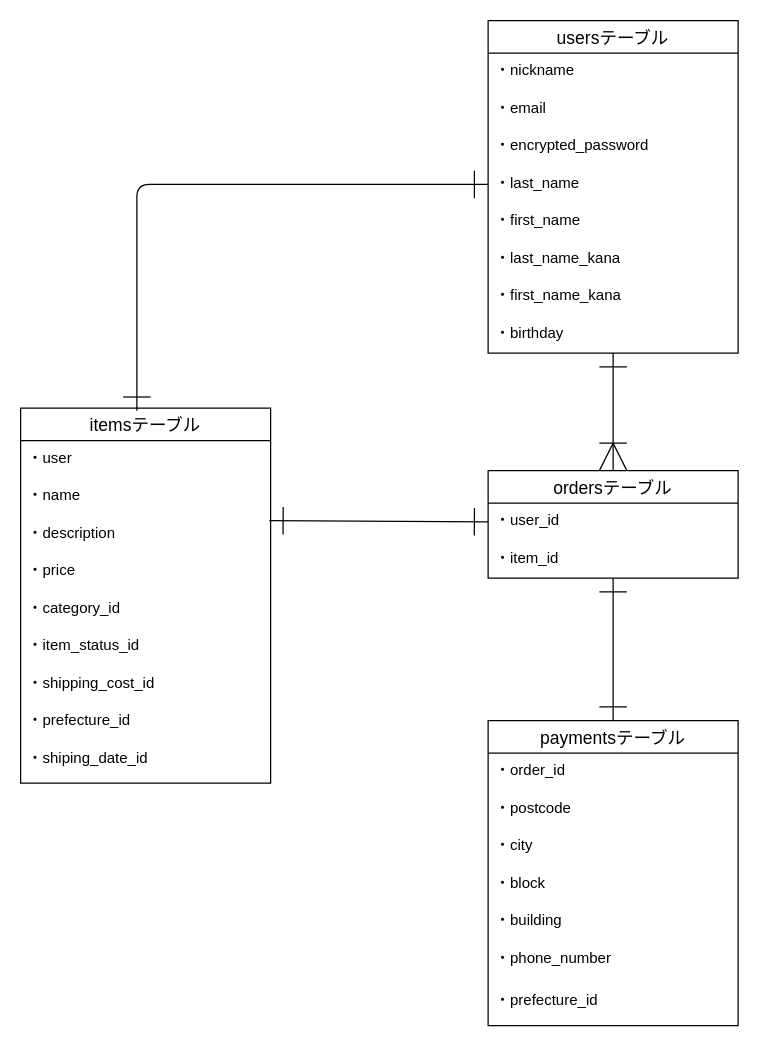
Before: app/test.dio in ichi-09ryo/furima-40609, a draw.io diagram. Source tidied: cells renumbered, new cells numbered last; positions are measured from the earlier drawing's top-left corner, leaving out a move shared by most shapes. Both pictures are drawn from the tidied source at 125%, with x=0, y=0 at pixel (20, 20).
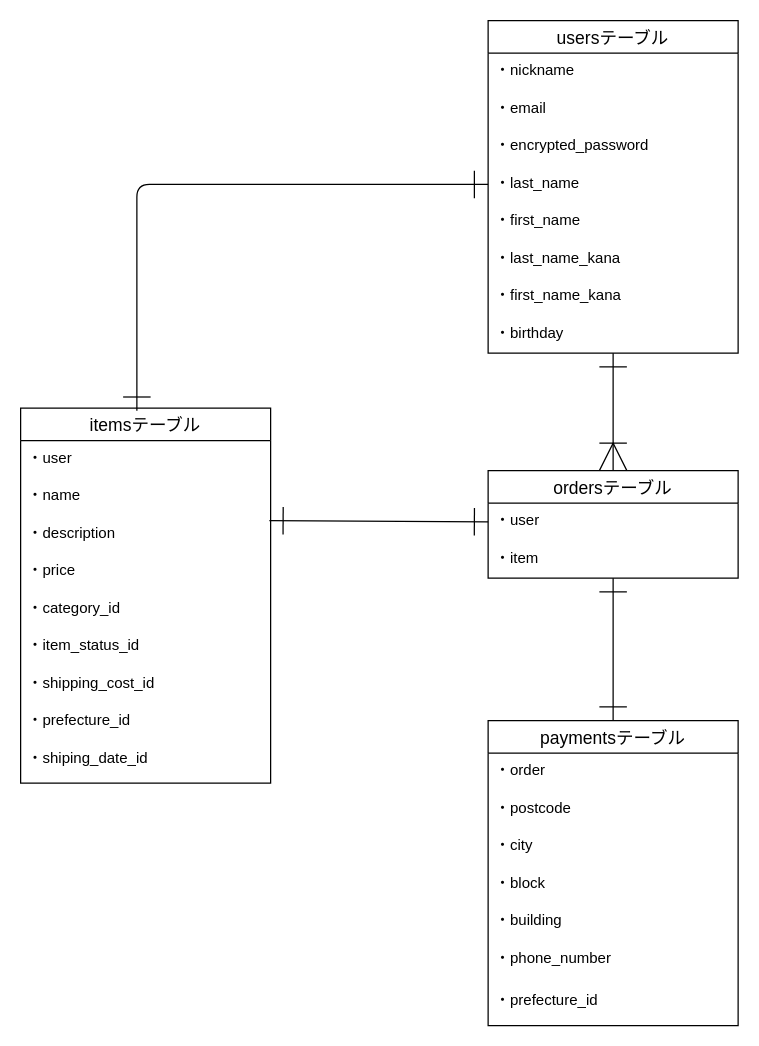
After the change.

Commit message (it also covers changes not shown here):
ER図、README修正２

The change refers to these unchanged cells:
```xml
<mxCell id="22" value="ordersテーブル" style="swimlane;fontStyle=0;horizontal=1;startSize=26;align=center;fontSize=14;" parent="1" vertex="1">
  <mxGeometry x="374" y="360" width="200" height="86" as="geometry" />
</mxCell>
<mxCell id="26" value="paymentsテーブル" style="swimlane;fontStyle=0;horizontal=1;startSize=26;align=center;fontSize=14;" parent="1" vertex="1">
  <mxGeometry x="374" y="560" width="200" height="244" as="geometry" />
</mxCell>
```

Diff of the diagram source:
```diff
@@
-    <mxCell id="23" value="・user_id" style="text;strokeColor=none;fillColor=none;spacingLeft=4;spacingRight=4;overflow=hidden;points=[[0,0.5],[1,0.5]];portConstraint=eastwest;fontSize=12;" parent="22" vertex="1">
+    <mxCell id="23" value="・user" style="text;strokeColor=none;fillColor=none;spacingLeft=4;spacingRight=4;overflow=hidden;points=[[0,0.5],[1,0.5]];portConstraint=eastwest;fontSize=12;" parent="22" vertex="1">
       <mxGeometry y="26" width="200" height="30" as="geometry" />
     </mxCell>
-    <mxCell id="24" value="・item_id" style="text;strokeColor=none;fillColor=none;spacingLeft=4;spacingRight=4;overflow=hidden;points=[[0,0.5],[1,0.5]];portConstraint=eastwest;fontSize=12;" parent="22" vertex="1">
+    <mxCell id="24" value="・item" style="text;strokeColor=none;fillColor=none;spacingLeft=4;spacingRight=4;overflow=hidden;points=[[0,0.5],[1,0.5]];portConstraint=eastwest;fontSize=12;" parent="22" vertex="1">
       <mxGeometry y="56" width="200" height="30" as="geometry" />
     </mxCell>
@@
-    <mxCell id="27" value="・order_id" style="text;strokeColor=none;fillColor=none;spacingLeft=4;spacingRight=4;overflow=hidden;fontSize=12;" parent="26" vertex="1">
+    <mxCell id="27" value="・order" style="text;strokeColor=none;fillColor=none;spacingLeft=4;spacingRight=4;overflow=hidden;fontSize=12;" parent="26" vertex="1">
       <mxGeometry y="26" width="200" height="30" as="geometry" />
     </mxCell>
```
